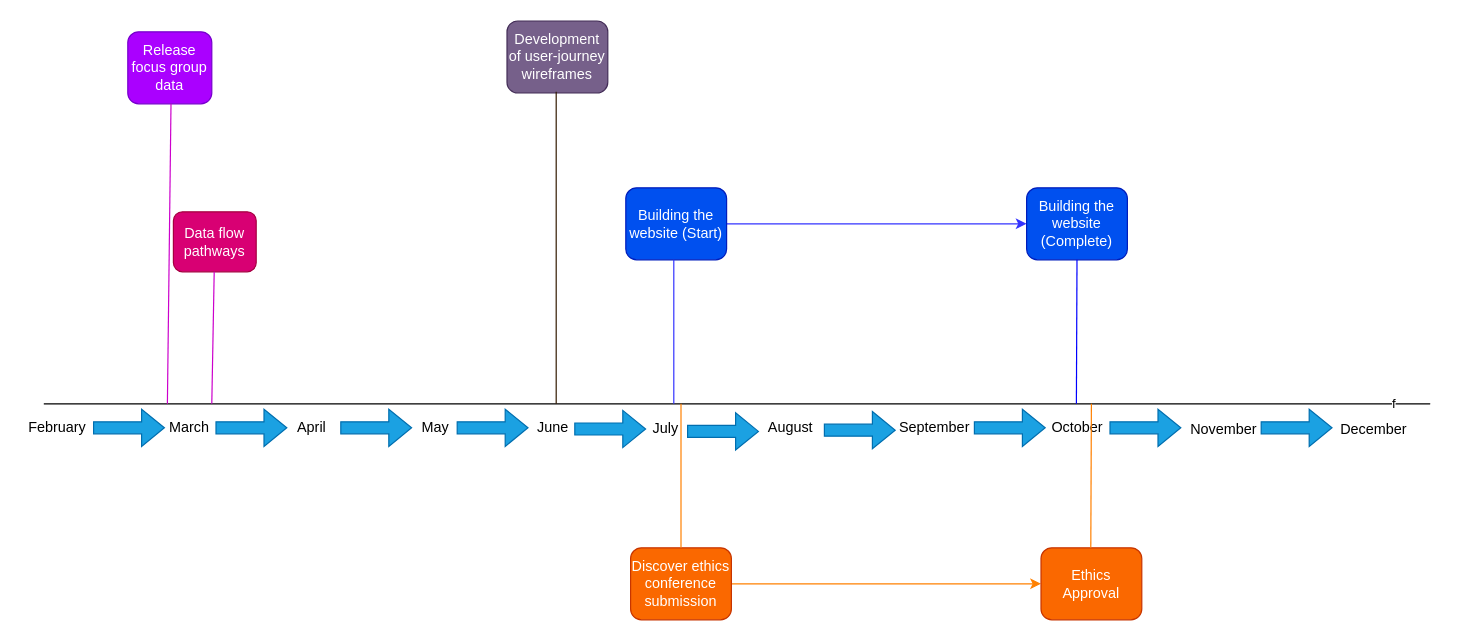
The draw.io diagram project-management/Copy of Demo Timeline.drawio in alan-turing-institute/AutisticaCitizenScience, before the edit. Source tidied: cells renumbered, new cells numbered last; positions are measured from the earlier drawing's top-left corner, leaving out a move shared by most shapes. Both pictures are drawn from the tidied source at 120%, with x=0, y=0 at pixel (20, 20).
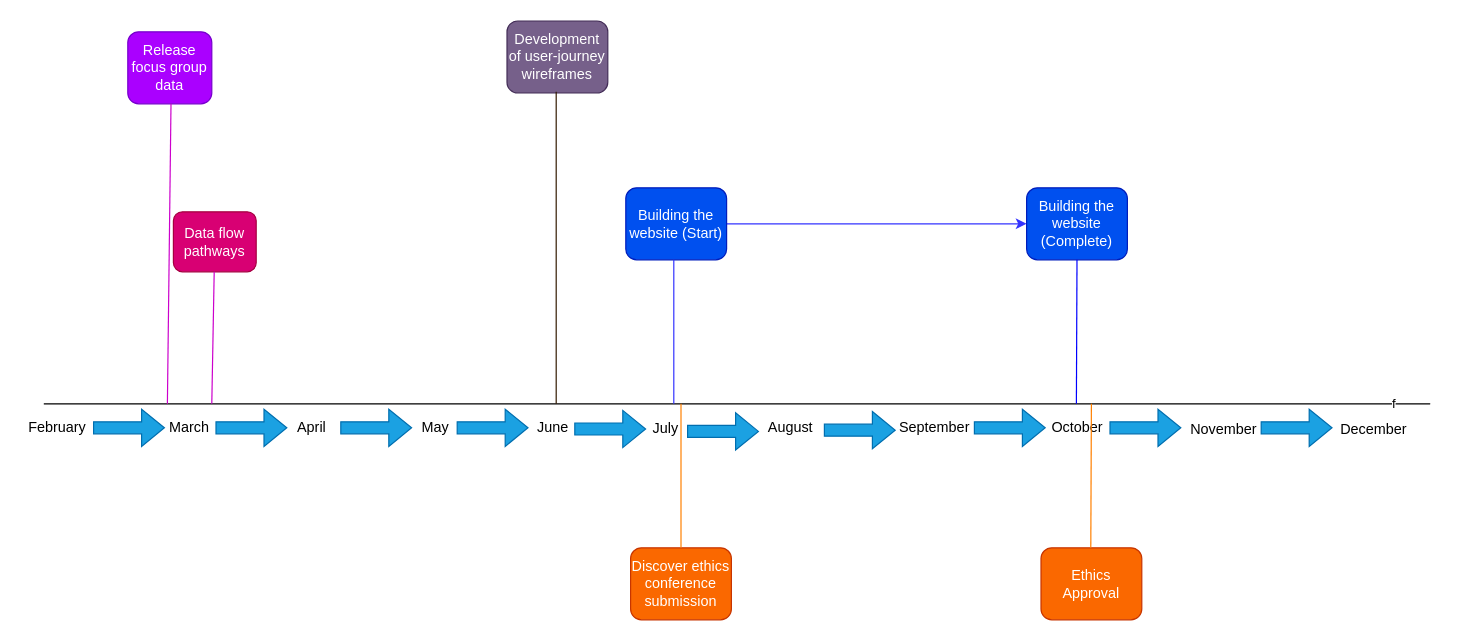
The same page after the edit.

The change refers to these unchanged cells:
```xml
<mxCell id="31" value="Discover ethics conference submission" style="rounded=1;whiteSpace=wrap;html=1;fillColor=#fa6800;strokeColor=#C73500;fontColor=#ffffff;" parent="1" vertex="1">
  <mxGeometry x="508" y="439" width="84" height="60" as="geometry" />
</mxCell>
<mxCell id="32" value="Ethics Approval" style="rounded=1;whiteSpace=wrap;html=1;fillColor=#fa6800;strokeColor=#C73500;fontColor=#ffffff;" parent="1" vertex="1">
  <mxGeometry x="850" y="439" width="84" height="60" as="geometry" />
</mxCell>
```

Change to the diagram source:
```diff
@@
-    <mxCell id="30" style="edgeStyle=orthogonalEdgeStyle;rounded=0;jettySize=auto;html=1;strokeColor=#FF8000;" parent="1" edge="1" source="31" target="32">
-      <mxGeometry relative="1" as="geometry" />
-    </mxCell>
```
